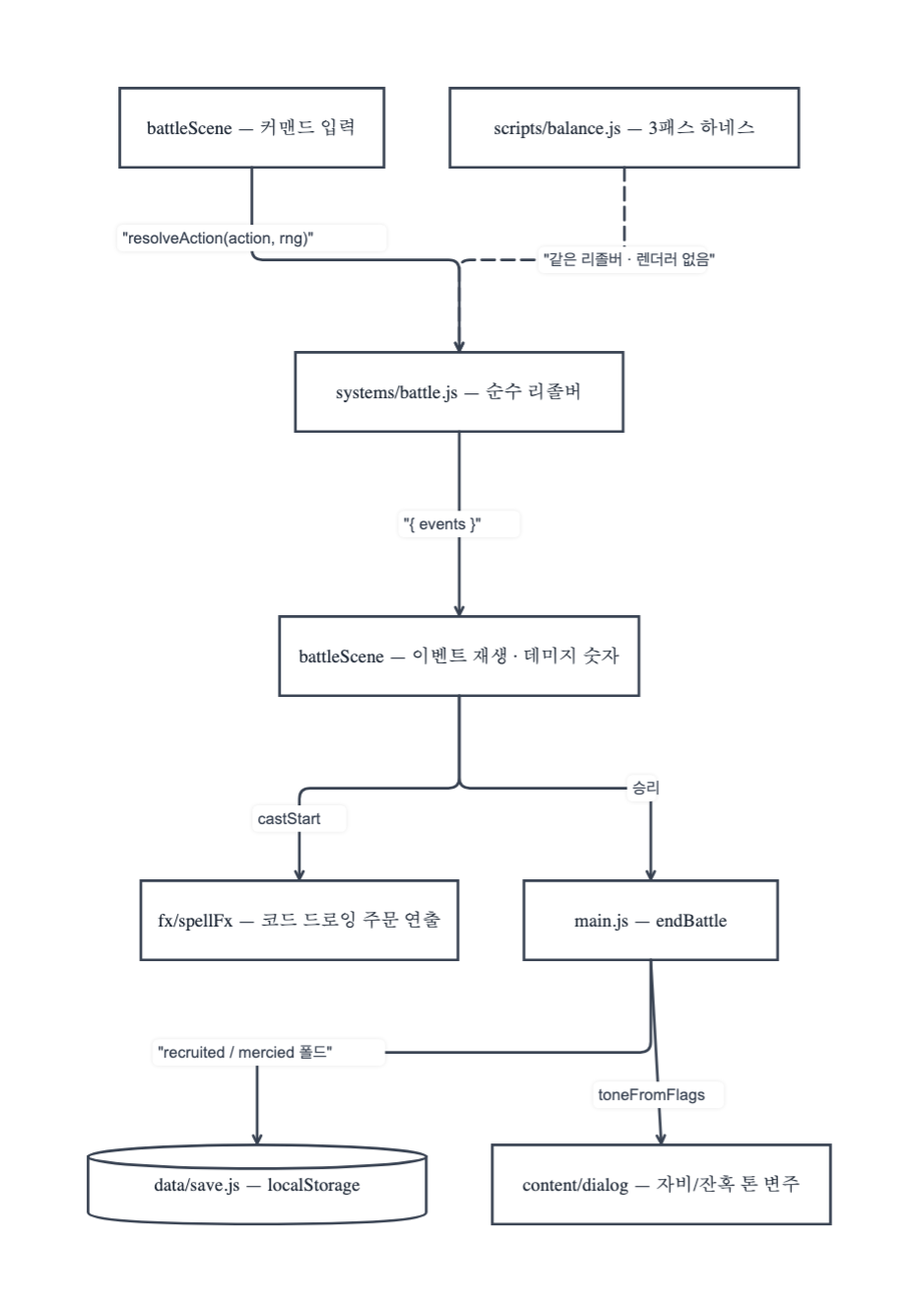
gook-lab/dungeon-craft keeps this Mermaid diagram as docs/diagrams/battle-event-flow.png. Above is the earlier version. Its source is kept beside it as docs/diagrams/battle-event-flow.mmd. Source of this version:
```mermaid
flowchart TD
  IN["battleScene — 커맨드 입력"] -->|"resolveAction(action, rng)"| RES["systems/battle.js — 순수 리졸버"]
  RES -->|"{ events }"| ANIM["battleScene — 이벤트 재생 · 데미지 숫자"]
  ANIM -->|castStart| FX["fx/spellFx — 코드 드로잉 주문 연출"]
  ANIM -->|승리| ENDB["main.js — endBattle"]
  ENDB -->|"recruited / mercied 폴드"| SAVE[("data/save.js — localStorage")]
  ENDB -->|toneFromFlags| DLG["content/dialog — 자비/잔혹 톤 변주"]
  BAL["scripts/balance.js — 3패스 하네스"] -.->|"같은 리졸버 · 렌더러 없음"| RES
```
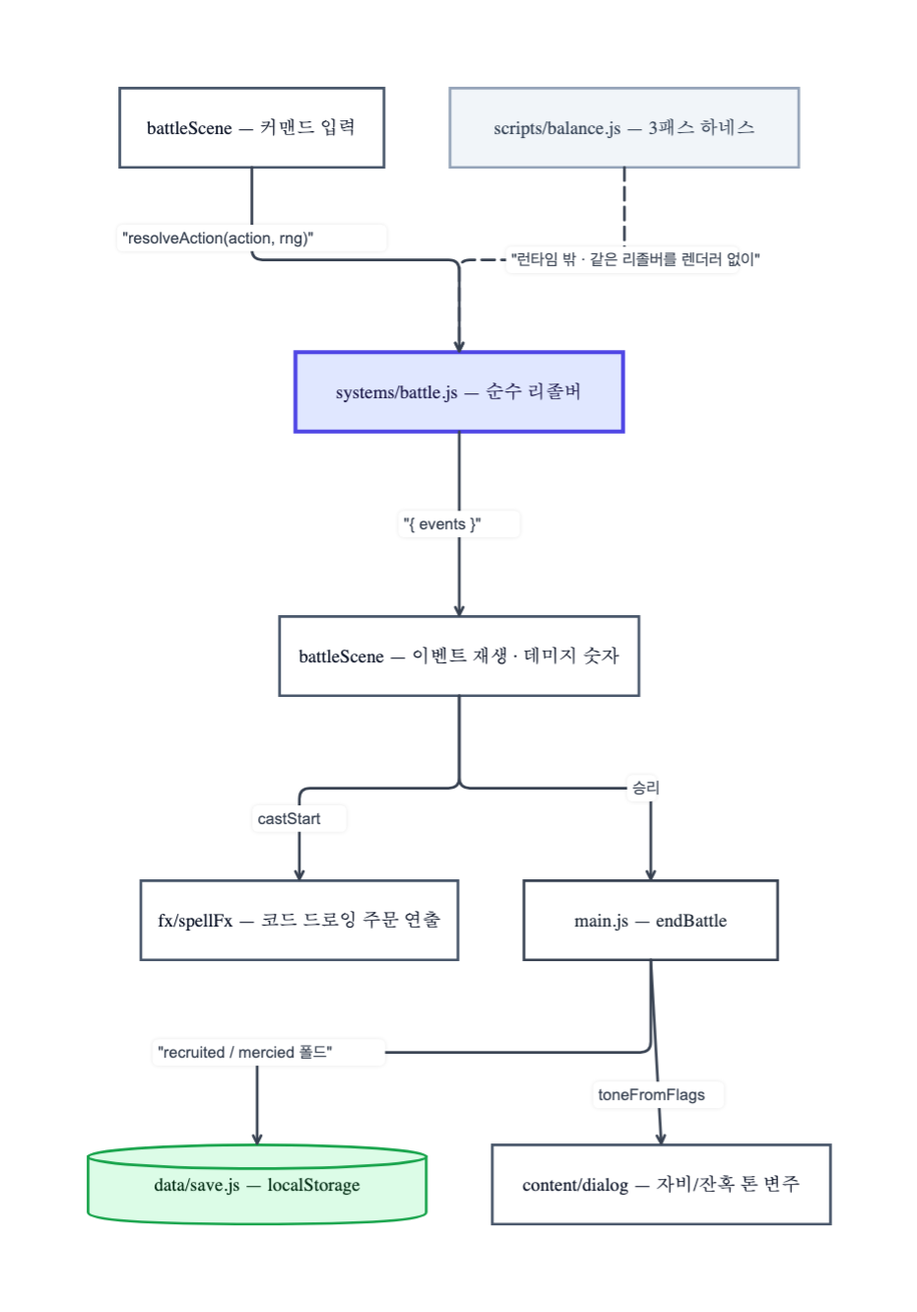
After the change.

Commit message:
docs: 다이어그램 색상·선 규약 적용 + 불투명 배경

Claude-Session: https://claude.ai/code/session_0178WXK6HQCrR6NYPYV2eBEP

The edit, as a diff of the source:
```diff
@@ -5,4 +5,13 @@
   ANIM -->|승리| ENDB["main.js — endBattle"]
   ENDB -->|"recruited / mercied 폴드"| SAVE[("data/save.js — localStorage")]
   ENDB -->|toneFromFlags| DLG["content/dialog — 자비/잔혹 톤 변주"]
-  BAL["scripts/balance.js — 3패스 하네스"] -.->|"같은 리졸버 · 렌더러 없음"| RES
+  BAL["scripts/balance.js — 3패스 하네스"] -.->|"런타임 밖 · 같은 리졸버를 렌더러 없이"| RES
+
+  classDef core fill:#e0e7ff,stroke:#4f46e5,color:#1e1b4b,stroke-width:3
+  classDef view fill:#ffffff,stroke:#475569,color:#0f172a
+  classDef store fill:#dcfce7,stroke:#16a34a,color:#052e16
+  classDef tool fill:#f1f5f9,stroke:#94a3b8,color:#334155
+  class RES core
+  class IN,ANIM,FX,DLG view
+  class SAVE store
+  class BAL tool
```
